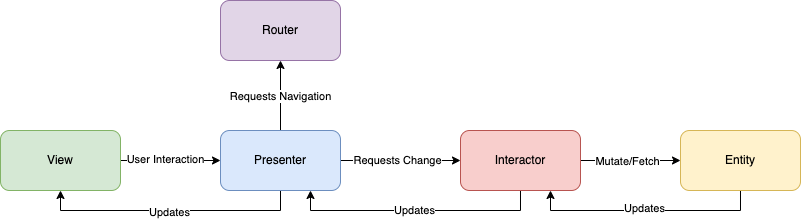
This is viper.png from cjnevin/IdealCleanArchitecture, a draw.io export, as it was before one commit. Source tidied: cells renumbered, new cells last; positions are measured from the earlier drawing's top-left corner, leaving out a move shared by most shapes.
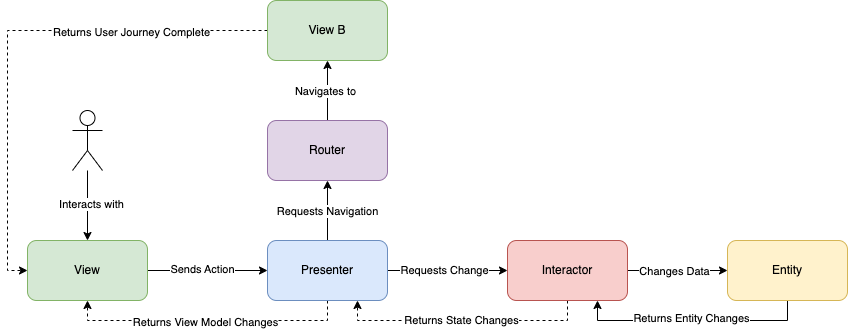
The same diagram one commit later.

The edit, as a diff of the source:
```diff
@@ -5,18 +5,18 @@
     <mxCell id="2" style="edgeStyle=orthogonalEdgeStyle;rounded=0;jettySize=auto;html=1;exitX=1;exitY=0.5;exitDx=0;exitDy=0;entryX=0;entryY=0.5;entryDx=0;entryDy=0;" parent="1" edge="1" source="4" target="11">
       <mxGeometry relative="1" as="geometry" />
     </mxCell>
-    <mxCell id="3" value="User Interaction" style="edgeLabel;html=1;align=center;verticalAlign=middle;" parent="2" vertex="1">
+    <mxCell id="3" value="Sends Action" style="edgeLabel;html=1;align=center;verticalAlign=middle;" parent="2" vertex="1">
       <mxGeometry x="-0.07" y="2" relative="1" as="geometry">
         <mxPoint x="-2" as="offset" />
       </mxGeometry>
     </mxCell>
     <mxCell id="4" value="View" style="rounded=1;whiteSpace=wrap;html=1;fillColor=#d5e8d4;strokeColor=#82b366;" parent="1" vertex="1">
-      <mxGeometry y="130" width="120" height="60" as="geometry" />
+      <mxGeometry x="-20" y="130" width="120" height="60" as="geometry" />
     </mxCell>
-    <mxCell id="5" style="edgeStyle=orthogonalEdgeStyle;rounded=0;jettySize=auto;html=1;exitX=0.5;exitY=1;exitDx=0;exitDy=0;entryX=0.5;entryY=1;entryDx=0;entryDy=0;" parent="1" edge="1" source="11" target="4">
+    <mxCell id="5" style="edgeStyle=orthogonalEdgeStyle;rounded=0;jettySize=auto;html=1;exitX=0.5;exitY=1;exitDx=0;exitDy=0;entryX=0.5;entryY=1;entryDx=0;entryDy=0;dashed=1;" parent="1" edge="1" source="11" target="4">
       <mxGeometry relative="1" as="geometry" />
     </mxCell>
-    <mxCell id="6" value="Updates" style="edgeLabel;html=1;align=center;verticalAlign=middle;" parent="5" vertex="1">
+    <mxCell id="6" value="Returns View Model Changes" style="edgeLabel;html=1;align=center;verticalAlign=middle;" parent="5" vertex="1">
       <mxGeometry x="0.02" y="1" relative="1" as="geometry" />
     </mxCell>
     <mxCell id="7" style="edgeStyle=orthogonalEdgeStyle;rounded=0;jettySize=auto;html=1;exitX=0.5;exitY=0;exitDx=0;exitDy=0;entryX=0.5;entryY=1;entryDx=0;entryDy=0;" parent="1" edge="1" source="11" target="12">
@@ -36,19 +36,25 @@
     <mxCell id="11" value="Presenter" style="rounded=1;whiteSpace=wrap;html=1;fillColor=#dae8fc;strokeColor=#6c8ebf;" parent="1" vertex="1">
       <mxGeometry x="220" y="130" width="120" height="60" as="geometry" />
     </mxCell>
+    <mxCell id="21" style="edgeStyle=orthogonalEdgeStyle;rounded=0;jettySize=auto;html=1;exitX=0.5;exitY=0;exitDx=0;exitDy=0;" parent="1" edge="1" source="12" target="28">
+      <mxGeometry relative="1" as="geometry" />
+    </mxCell>
+    <mxCell id="22" value="Navigates to" style="edgeLabel;html=1;align=center;verticalAlign=middle;" parent="21" vertex="1">
+      <mxGeometry y="3" relative="1" as="geometry" />
+    </mxCell>
     <mxCell id="12" value="Router" style="rounded=1;whiteSpace=wrap;html=1;fillColor=#e1d5e7;strokeColor=#9673a6;" parent="1" vertex="1">
-      <mxGeometry x="220" width="120" height="60" as="geometry" />
+      <mxGeometry x="220" y="10" width="120" height="60" as="geometry" />
     </mxCell>
-    <mxCell id="13" style="edgeStyle=orthogonalEdgeStyle;rounded=0;jettySize=auto;html=1;exitX=0.5;exitY=1;exitDx=0;exitDy=0;entryX=0.75;entryY=1;entryDx=0;entryDy=0;" parent="1" edge="1" source="17" target="11">
+    <mxCell id="13" style="edgeStyle=orthogonalEdgeStyle;rounded=0;jettySize=auto;html=1;exitX=0.5;exitY=1;exitDx=0;exitDy=0;entryX=0.75;entryY=1;entryDx=0;entryDy=0;dashed=1;" parent="1" edge="1" source="17" target="11">
       <mxGeometry relative="1" as="geometry" />
     </mxCell>
-    <mxCell id="14" value="Updates" style="edgeLabel;html=1;align=center;verticalAlign=middle;" parent="13" vertex="1">
+    <mxCell id="14" value="Returns State Changes" style="edgeLabel;html=1;align=center;verticalAlign=middle;" parent="13" vertex="1">
       <mxGeometry x="0.02" y="-1" relative="1" as="geometry" />
     </mxCell>
     <mxCell id="15" style="edgeStyle=orthogonalEdgeStyle;rounded=0;jettySize=auto;html=1;exitX=1;exitY=0.5;exitDx=0;exitDy=0;entryX=0;entryY=0.5;entryDx=0;entryDy=0;" parent="1" edge="1" source="17" target="20">
       <mxGeometry relative="1" as="geometry" />
     </mxCell>
-    <mxCell id="16" value="Mutate/Fetch" style="edgeLabel;html=1;align=center;verticalAlign=middle;" parent="15" vertex="1">
+    <mxCell id="16" value="Changes Data" style="edgeLabel;html=1;align=center;verticalAlign=middle;" parent="15" vertex="1">
       <mxGeometry x="-0.22" relative="1" as="geometry">
         <mxPoint x="7" as="offset" />
       </mxGeometry>
@@ -59,11 +65,29 @@
     <mxCell id="18" style="edgeStyle=orthogonalEdgeStyle;rounded=0;jettySize=auto;html=1;exitX=0.5;exitY=1;exitDx=0;exitDy=0;entryX=0.75;entryY=1;entryDx=0;entryDy=0;" parent="1" edge="1" source="20" target="17">
       <mxGeometry relative="1" as="geometry" />
     </mxCell>
-    <mxCell id="19" value="Updates" style="edgeLabel;html=1;align=center;verticalAlign=middle;" parent="18" vertex="1">
+    <mxCell id="19" value="Returns Entity Changes" style="edgeLabel;html=1;align=center;verticalAlign=middle;" parent="18" vertex="1">
       <mxGeometry x="0.02" y="-3" relative="1" as="geometry" />
     </mxCell>
     <mxCell id="20" value="Entity" style="rounded=1;whiteSpace=wrap;html=1;fillColor=#fff2cc;strokeColor=#d6b656;" parent="1" vertex="1">
       <mxGeometry x="680" y="130" width="120" height="60" as="geometry" />
     </mxCell>
+    <mxCell id="23" style="edgeStyle=orthogonalEdgeStyle;rounded=0;jettySize=auto;html=1;" parent="1" edge="1" source="25" target="4">
+      <mxGeometry relative="1" as="geometry" />
+    </mxCell>
+    <mxCell id="24" value="Interacts with" style="edgeLabel;html=1;align=center;verticalAlign=middle;" parent="23" vertex="1">
+      <mxGeometry x="-0.05" y="3" relative="1" as="geometry" />
+    </mxCell>
+    <mxCell id="25" style="shape=umlActor;verticalLabelPosition=bottom;verticalAlign=top;html=1;outlineConnect=0;" parent="1" vertex="1">
+      <mxGeometry x="25" width="30" height="60" as="geometry" />
+    </mxCell>
+    <mxCell id="26" style="edgeStyle=orthogonalEdgeStyle;rounded=0;jettySize=auto;html=1;exitX=0;exitY=0.5;exitDx=0;exitDy=0;entryX=0;entryY=0.5;entryDx=0;entryDy=0;dashed=1;" parent="1" edge="1" source="28" target="4">
+      <mxGeometry relative="1" as="geometry" />
+    </mxCell>
+    <mxCell id="27" value="Returns User Journey Complete" style="edgeLabel;html=1;align=center;verticalAlign=middle;" parent="26" vertex="1">
+      <mxGeometry x="-0.47" y="1" relative="1" as="geometry" />
+    </mxCell>
+    <mxCell id="28" value="View B" style="rounded=1;whiteSpace=wrap;html=1;fillColor=#d5e8d4;strokeColor=#82b366;" parent="1" vertex="1">
+      <mxGeometry x="220" y="-110" width="120" height="60" as="geometry" />
+    </mxCell>
   </root>
 </mxGraphModel>
```
